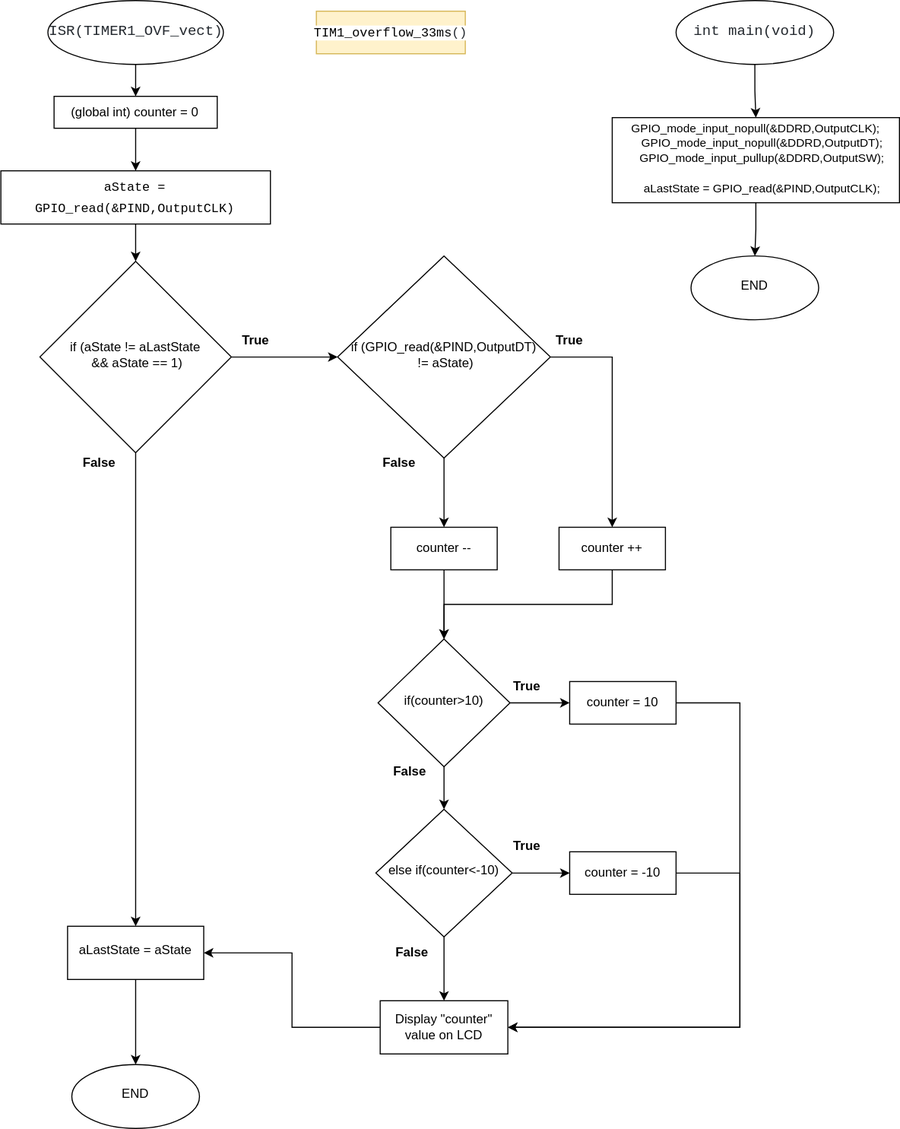
The draw.io diagram Project1/images/project_encoder.svg in xsedla1y/digital-electronics-2, before a commit. Source tidied: cells renumbered, new cells last; positions are measured from the earlier drawing's top-left corner, leaving out a move shared by most shapes.
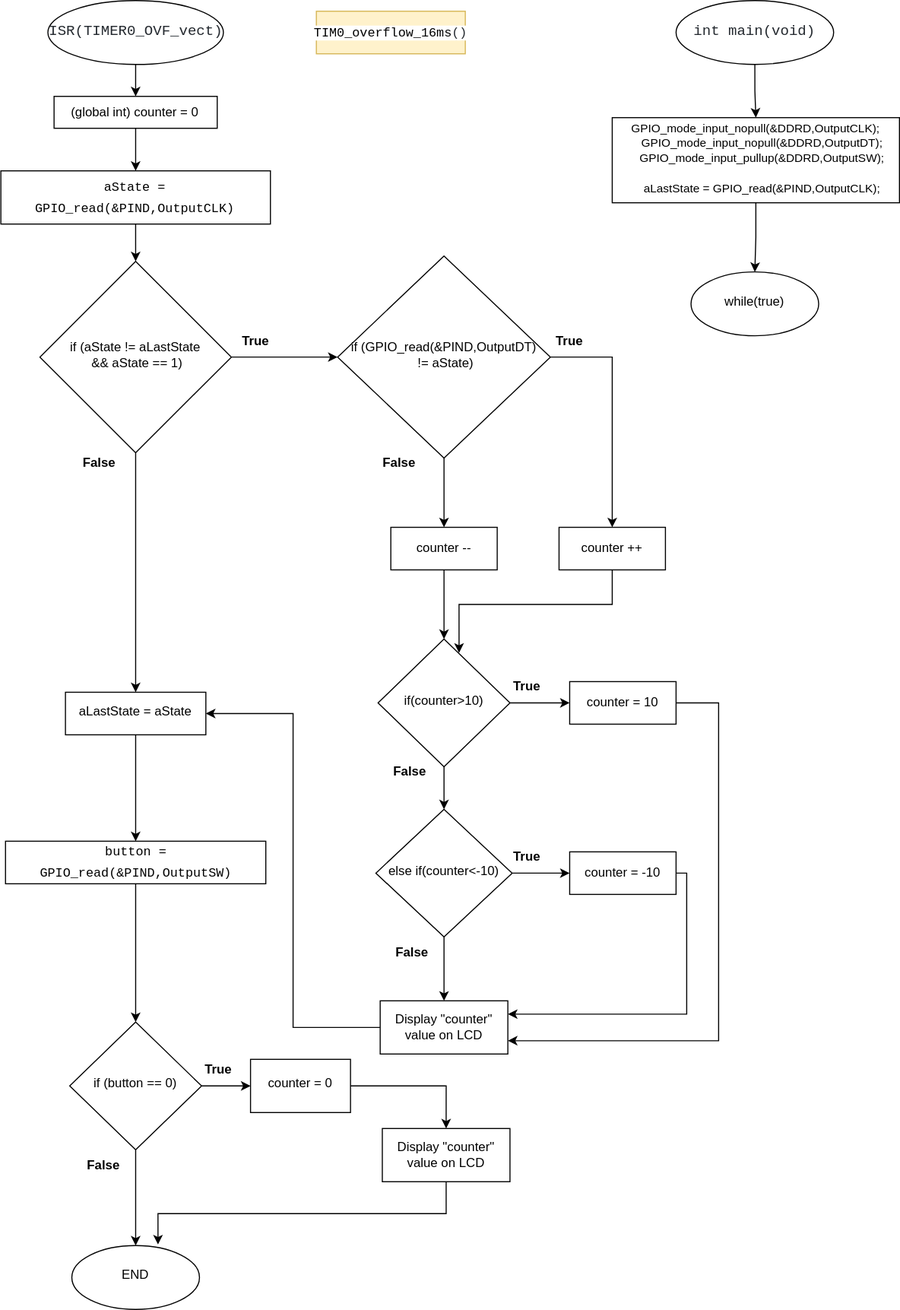
After the change.

Change to the diagram source:
```diff
@@ -23,13 +23,13 @@
     <mxCell id="8" style="edgeStyle=orthogonalEdgeStyle;rounded=0;jettySize=auto;html=1;fontSize=11;" parent="1" edge="1" source="9" target="23">
       <mxGeometry relative="1" as="geometry" />
     </mxCell>
-    <mxCell id="9" value="&lt;div style=&quot;text-align: left;&quot;&gt;&lt;font face=&quot;ui-monospace, SFMono-Regular, SF Mono, Menlo, Consolas, Liberation Mono, monospace&quot; color=&quot;#24292f&quot;&gt;&lt;span style=&quot;font-size: 13.6px;&quot;&gt;ISR(TIMER1_OVF_vect)&lt;/span&gt;&lt;/font&gt;&lt;br&gt;&lt;/div&gt;" style="ellipse;whiteSpace=wrap;html=1;" parent="1" vertex="1">
+    <mxCell id="9" value="&lt;div style=&quot;text-align: left;&quot;&gt;&lt;font face=&quot;ui-monospace, SFMono-Regular, SF Mono, Menlo, Consolas, Liberation Mono, monospace&quot; color=&quot;#24292f&quot;&gt;&lt;span style=&quot;font-size: 13.6px;&quot;&gt;ISR(TIMER0_OVF_vect)&lt;/span&gt;&lt;/font&gt;&lt;br&gt;&lt;/div&gt;" style="ellipse;whiteSpace=wrap;html=1;" parent="1" vertex="1">
       <mxGeometry x="44.5" width="165" height="60" as="geometry" />
     </mxCell>
     <mxCell id="10" value="False" style="text;html=1;strokeColor=none;fillColor=none;align=center;verticalAlign=middle;whiteSpace=wrap;rounded=0;fontStyle=1;" parent="1" vertex="1">
       <mxGeometry x="63" y="420" width="60" height="30" as="geometry" />
     </mxCell>
-    <mxCell id="11" value="&lt;span style=&quot;box-sizing: border-box; color: var(--color-prettylights-syntax-entity); font-family: ui-monospace, SFMono-Regular, &amp;quot;SF Mono&amp;quot;, Menlo, Consolas, &amp;quot;Liberation Mono&amp;quot;, monospace; font-size: 12px; font-style: normal; font-variant-ligatures: normal; font-variant-caps: normal; font-weight: 400; letter-spacing: normal; orphans: 2; text-indent: 0px; text-transform: none; widows: 2; word-spacing: 0px; -webkit-text-stroke-width: 0px; background-color: rgb(255, 255, 255); text-decoration-thickness: initial; text-decoration-style: initial; text-decoration-color: initial;&quot; class=&quot;pl-en&quot;&gt;TIM1_overflow_33ms&lt;/span&gt;&lt;span style=&quot;color: rgb(36, 41, 47); font-family: ui-monospace, SFMono-Regular, &amp;quot;SF Mono&amp;quot;, Menlo, Consolas, &amp;quot;Liberation Mono&amp;quot;, monospace; font-size: 12px; font-style: normal; font-variant-ligatures: normal; font-variant-caps: normal; font-weight: 400; letter-spacing: normal; orphans: 2; text-indent: 0px; text-transform: none; widows: 2; word-spacing: 0px; -webkit-text-stroke-width: 0px; background-color: rgb(255, 255, 255); text-decoration-thickness: initial; text-decoration-style: initial; text-decoration-color: initial; float: none; display: inline !important;&quot;&gt;()&lt;/span&gt;" style="rounded=0;whiteSpace=wrap;html=1;align=center;verticalAlign=middle;fillColor=#fff2cc;strokeColor=#d6b656;" parent="1" vertex="1">
+    <mxCell id="11" value="&lt;span style=&quot;box-sizing: border-box; color: var(--color-prettylights-syntax-entity); font-family: ui-monospace, SFMono-Regular, &amp;quot;SF Mono&amp;quot;, Menlo, Consolas, &amp;quot;Liberation Mono&amp;quot;, monospace; font-size: 12px; font-style: normal; font-variant-ligatures: normal; font-variant-caps: normal; font-weight: 400; letter-spacing: normal; orphans: 2; text-indent: 0px; text-transform: none; widows: 2; word-spacing: 0px; -webkit-text-stroke-width: 0px; background-color: rgb(255, 255, 255); text-decoration-thickness: initial; text-decoration-style: initial; text-decoration-color: initial;&quot; class=&quot;pl-en&quot;&gt;TIM0_overflow_16ms&lt;/span&gt;&lt;span style=&quot;color: rgb(36, 41, 47); font-family: ui-monospace, SFMono-Regular, &amp;quot;SF Mono&amp;quot;, Menlo, Consolas, &amp;quot;Liberation Mono&amp;quot;, monospace; font-size: 12px; font-style: normal; font-variant-ligatures: normal; font-variant-caps: normal; font-weight: 400; letter-spacing: normal; orphans: 2; text-indent: 0px; text-transform: none; widows: 2; word-spacing: 0px; -webkit-text-stroke-width: 0px; background-color: rgb(255, 255, 255); text-decoration-thickness: initial; text-decoration-style: initial; text-decoration-color: initial; float: none; display: inline !important;&quot;&gt;()&lt;/span&gt;" style="rounded=0;whiteSpace=wrap;html=1;align=center;verticalAlign=middle;fillColor=#fff2cc;strokeColor=#d6b656;" parent="1" vertex="1">
       <mxGeometry x="296.9" y="10" width="140" height="40" as="geometry" />
     </mxCell>
     <mxCell id="12" value="False" style="text;html=1;strokeColor=none;fillColor=none;align=center;verticalAlign=middle;whiteSpace=wrap;rounded=0;fontStyle=1;" parent="1" vertex="1">
@@ -68,7 +68,7 @@
     <mxCell id="23" value="(global int) counter = 0" style="whiteSpace=wrap;html=1;" parent="1" vertex="1">
       <mxGeometry x="50.3" y="90" width="153.4" height="30" as="geometry" />
     </mxCell>
-    <mxCell id="24" style="edgeStyle=orthogonalEdgeStyle;rounded=0;jettySize=auto;html=1;exitX=0.5;exitY=1;exitDx=0;exitDy=0;entryX=0.5;entryY=0;entryDx=0;entryDy=0;" parent="1" edge="1" source="25" target="30">
+    <mxCell id="24" style="edgeStyle=orthogonalEdgeStyle;rounded=0;jettySize=auto;html=1;exitX=0.5;exitY=1;exitDx=0;exitDy=0;entryX=0.614;entryY=0.108;entryDx=0;entryDy=0;entryPerimeter=0;fontSize=11;" parent="1" edge="1" source="25" target="30">
       <mxGeometry relative="1" as="geometry" />
     </mxCell>
     <mxCell id="25" value="counter ++" style="rounded=0;whiteSpace=wrap;html=1;glass=0;strokeWidth=1;shadow=0;" parent="1" vertex="1">
@@ -98,17 +98,17 @@
     <mxCell id="33" value="else if(counter&amp;lt;-10)" style="rhombus;whiteSpace=wrap;html=1;shadow=0;fontFamily=Helvetica;fontSize=12;align=center;strokeWidth=1;spacing=6;spacingTop=-4;" parent="1" vertex="1">
       <mxGeometry x="352.8" y="760" width="128.1" height="120" as="geometry" />
     </mxCell>
-    <mxCell id="34" style="edgeStyle=orthogonalEdgeStyle;rounded=0;jettySize=auto;html=1;exitX=0.5;exitY=1;exitDx=0;exitDy=0;entryX=0.5;entryY=0;entryDx=0;entryDy=0;fontSize=11;" parent="1" edge="1" source="35" target="48">
-      <mxGeometry relative="1" as="geometry" />
-    </mxCell>
+    <mxCell id="49" style="edgeStyle=orthogonalEdgeStyle;rounded=0;jettySize=auto;html=1;entryX=0.5;entryY=0;entryDx=0;entryDy=0;" parent="1" edge="1" source="35" target="51">
+      <mxGeometry relative="1" as="geometry" />
+    </mxCell>
     <mxCell id="35" value="aLastState = aState" style="whiteSpace=wrap;html=1;shadow=0;strokeWidth=1;spacing=6;spacingTop=-4;" parent="1" vertex="1">
-      <mxGeometry x="63" y="870" width="128" height="50" as="geometry" />
+      <mxGeometry x="61" y="650" width="132" height="40" as="geometry" />
     </mxCell>
-    <mxCell id="36" style="edgeStyle=orthogonalEdgeStyle;rounded=0;jettySize=auto;html=1;exitX=1;exitY=0.5;exitDx=0;exitDy=0;entryX=1;entryY=0.5;entryDx=0;entryDy=0;" parent="1" edge="1" source="37" target="45">
+    <mxCell id="36" style="edgeStyle=orthogonalEdgeStyle;rounded=0;jettySize=auto;html=1;exitX=1;exitY=0.5;exitDx=0;exitDy=0;entryX=1;entryY=0.75;entryDx=0;entryDy=0;fontSize=11;" parent="1" edge="1" source="37" target="45">
       <mxGeometry relative="1" as="geometry">
         <Array as="points">
-          <mxPoint x="695" y="660" />
-          <mxPoint x="695" y="965" />
+          <mxPoint x="675" y="660" />
+          <mxPoint x="675" y="978" />
         </Array>
       </mxGeometry>
     </mxCell>
@@ -119,13 +119,13 @@
       <mxGeometry x="465" y="630" width="60" height="30" as="geometry" />
     </mxCell>
     <mxCell id="39" value="True" style="text;html=1;strokeColor=none;fillColor=none;align=center;verticalAlign=middle;whiteSpace=wrap;rounded=0;fontStyle=1;" parent="1" vertex="1">
-      <mxGeometry x="465" y="780" width="60" height="30" as="geometry" />
+      <mxGeometry x="465" y="790" width="60" height="30" as="geometry" />
     </mxCell>
-    <mxCell id="40" style="edgeStyle=orthogonalEdgeStyle;rounded=0;jettySize=auto;html=1;exitX=1;exitY=0.5;exitDx=0;exitDy=0;entryX=1;entryY=0.5;entryDx=0;entryDy=0;" parent="1" edge="1" source="41" target="45">
+    <mxCell id="40" style="edgeStyle=orthogonalEdgeStyle;rounded=0;jettySize=auto;html=1;exitX=1;exitY=0.5;exitDx=0;exitDy=0;entryX=1;entryY=0.25;entryDx=0;entryDy=0;fontSize=11;" parent="1" edge="1" source="41" target="45">
       <mxGeometry relative="1" as="geometry">
         <Array as="points">
-          <mxPoint x="695" y="820" />
-          <mxPoint x="695" y="965" />
+          <mxPoint x="645" y="820" />
+          <mxPoint x="645" y="953" />
         </Array>
       </mxGeometry>
     </mxCell>
@@ -147,11 +147,44 @@
     <mxCell id="46" style="edgeStyle=orthogonalEdgeStyle;rounded=0;orthogonalLoop=1;jettySize=auto;html=1;exitX=0.5;exitY=1;exitDx=0;exitDy=0;fontSize=11;" parent="1" edge="1" source="43" target="43">
       <mxGeometry relative="1" as="geometry" />
     </mxCell>
-    <mxCell id="47" value="END" style="ellipse;whiteSpace=wrap;html=1;shadow=0;strokeWidth=1;spacing=6;spacingTop=-4;" parent="1" vertex="1">
-      <mxGeometry x="649.1" y="240" width="120" height="60" as="geometry" />
+    <mxCell id="47" value="while(true)" style="ellipse;whiteSpace=wrap;html=1;shadow=0;strokeWidth=1;spacing=6;spacingTop=-4;" parent="1" vertex="1">
+      <mxGeometry x="649.1" y="255" width="120" height="60" as="geometry" />
     </mxCell>
     <mxCell id="48" value="END" style="ellipse;whiteSpace=wrap;html=1;shadow=0;strokeWidth=1;spacing=6;spacingTop=-4;" parent="1" vertex="1">
-      <mxGeometry x="67" y="1000" width="120" height="60" as="geometry" />
+      <mxGeometry x="67" y="1170" width="120" height="60" as="geometry" />
     </mxCell>
+    <mxCell id="50" style="edgeStyle=orthogonalEdgeStyle;rounded=0;jettySize=auto;html=1;exitX=0.5;exitY=1;exitDx=0;exitDy=0;entryX=0.5;entryY=0;entryDx=0;entryDy=0;" parent="1" edge="1" source="51" target="54">
+      <mxGeometry relative="1" as="geometry" />
+    </mxCell>
+    <mxCell id="51" value="&lt;div style=&quot;line-height: 19px;&quot;&gt;&lt;font face=&quot;Consolas, Courier New, monospace&quot;&gt;button = GPIO_read(&amp;amp;PIND,OutputSW)&lt;/font&gt;&lt;br&gt;&lt;/div&gt;" style="rounded=0;whiteSpace=wrap;html=1;fontSize=12;glass=0;strokeWidth=1;shadow=0;" parent="1" vertex="1">
+      <mxGeometry x="4.7" y="790" width="244.7" height="40" as="geometry" />
+    </mxCell>
+    <mxCell id="52" style="edgeStyle=orthogonalEdgeStyle;rounded=0;jettySize=auto;html=1;" parent="1" edge="1" source="54" target="56">
+      <mxGeometry relative="1" as="geometry" />
+    </mxCell>
+    <mxCell id="53" style="edgeStyle=orthogonalEdgeStyle;rounded=0;jettySize=auto;html=1;exitX=0.5;exitY=1;exitDx=0;exitDy=0;entryX=0.5;entryY=0;entryDx=0;entryDy=0;" parent="1" edge="1" source="54" target="48">
+      <mxGeometry relative="1" as="geometry" />
+    </mxCell>
+    <mxCell id="54" value="if (button == 0)" style="rhombus;whiteSpace=wrap;html=1;shadow=0;fontFamily=Helvetica;fontSize=12;align=center;strokeWidth=1;spacing=6;spacingTop=-4;" parent="1" vertex="1">
+      <mxGeometry x="65" y="960" width="124" height="120" as="geometry" />
+    </mxCell>
+    <mxCell id="55" style="edgeStyle=orthogonalEdgeStyle;rounded=0;jettySize=auto;html=1;exitX=1;exitY=0.5;exitDx=0;exitDy=0;entryX=0.5;entryY=0;entryDx=0;entryDy=0;" parent="1" edge="1" source="56" target="58">
+      <mxGeometry relative="1" as="geometry" />
+    </mxCell>
+    <mxCell id="56" value="counter = 0" style="whiteSpace=wrap;html=1;shadow=0;strokeWidth=1;spacing=6;spacingTop=-4;" parent="1" vertex="1">
+      <mxGeometry x="235" y="995" width="94" height="50" as="geometry" />
+    </mxCell>
+    <mxCell id="57" style="edgeStyle=orthogonalEdgeStyle;rounded=0;jettySize=auto;html=1;exitX=0.5;exitY=1;exitDx=0;exitDy=0;entryX=0.675;entryY=-0.017;entryDx=0;entryDy=0;entryPerimeter=0;" parent="1" edge="1" source="58" target="48">
+      <mxGeometry relative="1" as="geometry" />
+    </mxCell>
+    <mxCell id="58" value="Display &quot;counter&quot; value on LCD" style="rounded=0;whiteSpace=wrap;html=1;glass=0;strokeWidth=1;shadow=0;" parent="1" vertex="1">
+      <mxGeometry x="358.9" y="1060" width="120" height="50" as="geometry" />
+    </mxCell>
+    <mxCell id="59" value="True" style="text;html=1;strokeColor=none;fillColor=none;align=center;verticalAlign=middle;whiteSpace=wrap;rounded=0;fontStyle=1;" parent="1" vertex="1">
+      <mxGeometry x="175" y="990" width="60" height="30" as="geometry" />
+    </mxCell>
+    <mxCell id="60" value="False" style="text;html=1;strokeColor=none;fillColor=none;align=center;verticalAlign=middle;whiteSpace=wrap;rounded=0;fontStyle=1;" parent="1" vertex="1">
+      <mxGeometry x="67" y="1080" width="60" height="30" as="geometry" />
+    </mxCell>
   </root>
 </mxGraphModel>
```
